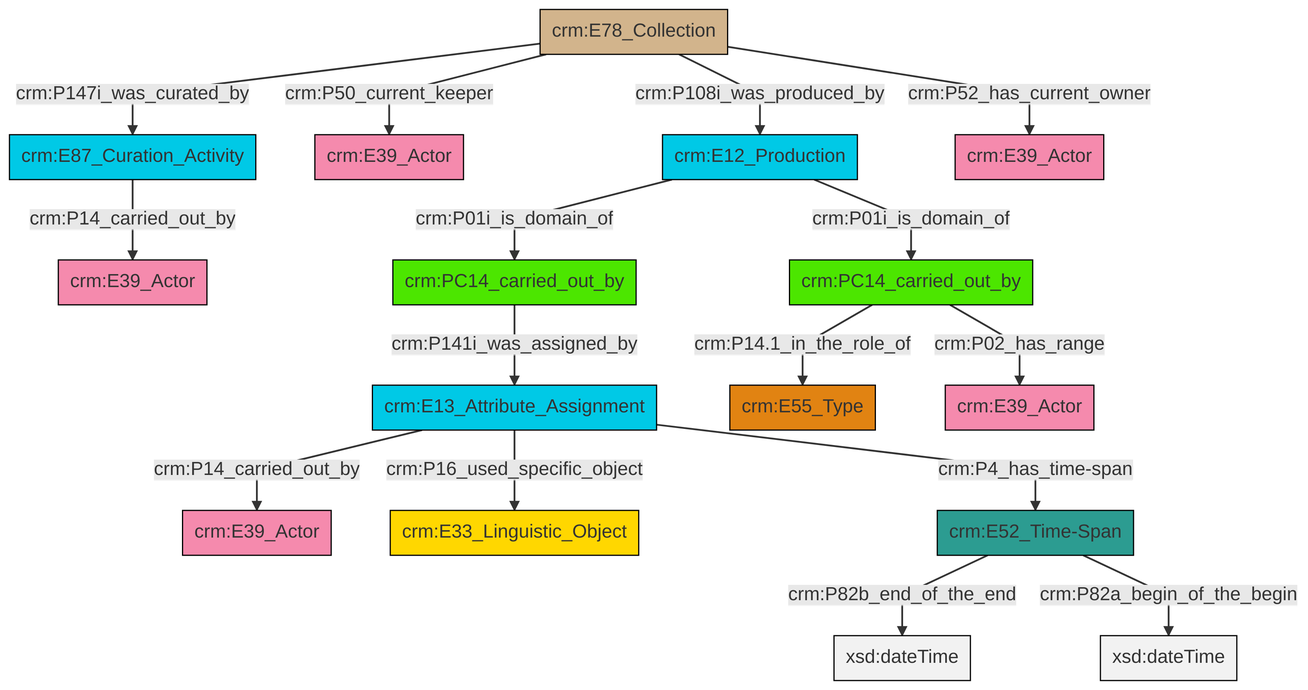
Before: et/archivalCSV/ttl/mmd/png/archival_relation.png, a diagram exported from Mermaid (swiss-art-research-net/docs.swissartresearch). Its source is kept beside it as et/archivalCSV/ttl/mmd/archival_relation.ttl.mmd.
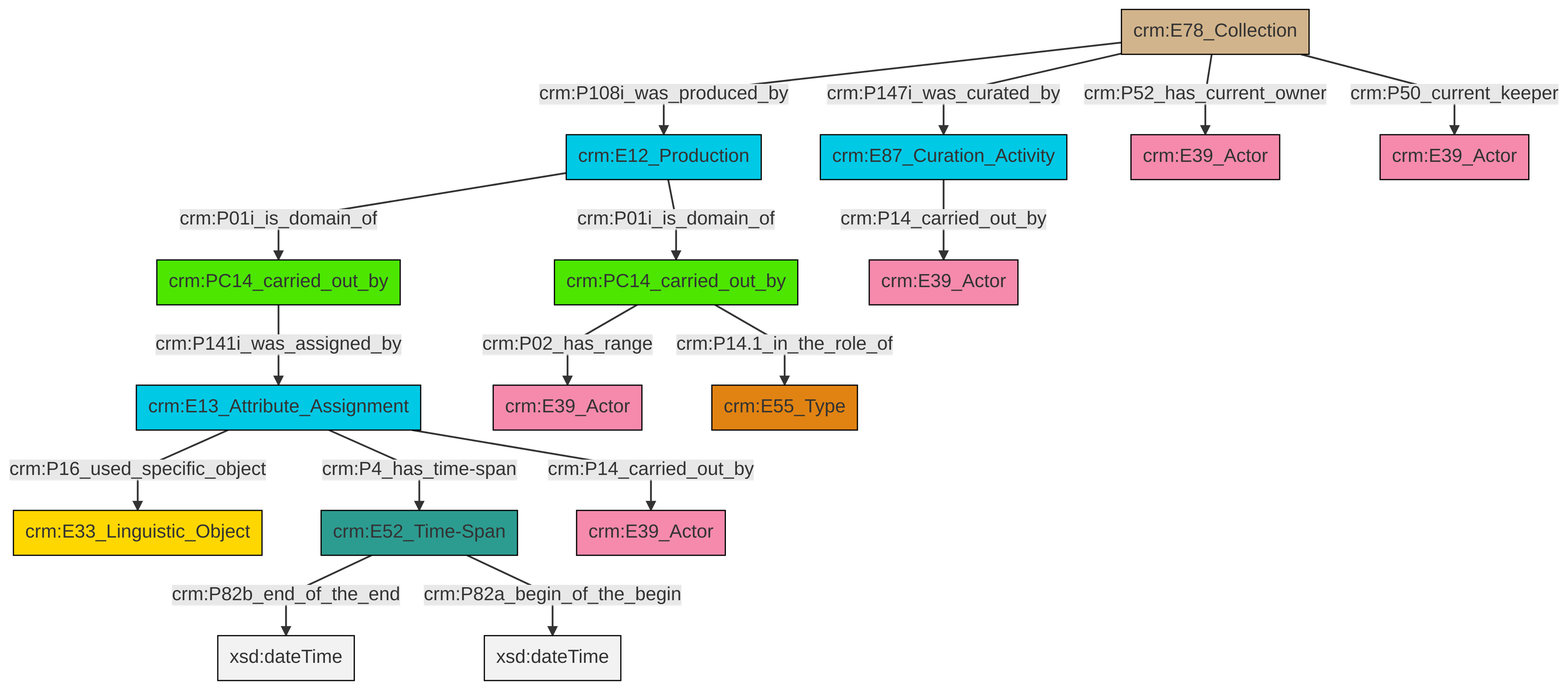
The same diagram one commit later.

Diff of the diagram source:
```diff
@@ -13,18 +13,18 @@
 classDef PC_Classes fill:#4ce600, stroke:#000000;
 classDef Multi fill:#cccccc,stroke:#000000;
 
-0["crm:E13_Attribute_Assignment"]:::Temporal_Entity -->|crm:P14_carried_out_by| 1["crm:E39_Actor"]:::Actor
-2["crm:E87_Curation_Activity"]:::Temporal_Entity -->|crm:P14_carried_out_by| 3["crm:E39_Actor"]:::Actor
-4["crm:E78_Collection"]:::Physical_Thing -->|crm:P50_current_keeper| 5["crm:E39_Actor"]:::Actor
-6["crm:PC14_carried_out_by"]:::PC_Classes -->|crm:P141i_was_assigned_by| 0["crm:E13_Attribute_Assignment"]:::Temporal_Entity
-0["crm:E13_Attribute_Assignment"]:::Temporal_Entity -->|crm:P16_used_specific_object| 7["crm:E33_Linguistic_Object"]:::Conceptual_Object
-10["crm:E12_Production"]:::Temporal_Entity -->|crm:P01i_is_domain_of| 11["crm:PC14_carried_out_by"]:::PC_Classes
-4["crm:E78_Collection"]:::Physical_Thing -->|crm:P108i_was_produced_by| 10["crm:E12_Production"]:::Temporal_Entity
-11["crm:PC14_carried_out_by"]:::PC_Classes -->|crm:P14.1_in_the_role_of| 12["crm:E55_Type"]:::Type
-0["crm:E13_Attribute_Assignment"]:::Temporal_Entity -->|crm:P4_has_time-span| 13["crm:E52_Time-Span"]:::Time-Span
+4["crm:E78_Collection"]:::Physical_Thing -->|crm:P52_has_current_owner| 5["crm:E39_Actor"]:::Actor
+6["crm:E13_Attribute_Assignment"]:::Temporal_Entity -->|crm:P16_used_specific_object| 7["crm:E33_Linguistic_Object"]:::Conceptual_Object
+4["crm:E78_Collection"]:::Physical_Thing -->|crm:P50_current_keeper| 8["crm:E39_Actor"]:::Actor
 4["crm:E78_Collection"]:::Physical_Thing -->|crm:P147i_was_curated_by| 2["crm:E87_Curation_Activity"]:::Temporal_Entity
-10["crm:E12_Production"]:::Temporal_Entity -->|crm:P01i_is_domain_of| 6["crm:PC14_carried_out_by"]:::PC_Classes
-13["crm:E52_Time-Span"]:::Time-Span -->|crm:P82b_end_of_the_end| 19[xsd:dateTime]:::Literal
-13["crm:E52_Time-Span"]:::Time-Span -->|crm:P82a_begin_of_the_begin| 20[xsd:dateTime]:::Literal
-11["crm:PC14_carried_out_by"]:::PC_Classes -->|crm:P02_has_range| 15["crm:E39_Actor"]:::Actor
-4["crm:E78_Collection"]:::Physical_Thing -->|crm:P52_has_current_owner| 27["crm:E39_Actor"]:::Actor
+12["crm:E52_Time-Span"]:::Time-Span -->|crm:P82b_end_of_the_end| 13[xsd:dateTime]:::Literal
+15["crm:PC14_carried_out_by"]:::PC_Classes -->|crm:P02_has_range| 9["crm:E39_Actor"]:::Actor
+6["crm:E13_Attribute_Assignment"]:::Temporal_Entity -->|crm:P14_carried_out_by| 16["crm:E39_Actor"]:::Actor
+15["crm:PC14_carried_out_by"]:::PC_Classes -->|crm:P14.1_in_the_role_of| 17["crm:E55_Type"]:::Type
+0["crm:E12_Production"]:::Temporal_Entity -->|crm:P01i_is_domain_of| 19["crm:PC14_carried_out_by"]:::PC_Classes
+12["crm:E52_Time-Span"]:::Time-Span -->|crm:P82a_begin_of_the_begin| 20[xsd:dateTime]:::Literal
+4["crm:E78_Collection"]:::Physical_Thing -->|crm:P108i_was_produced_by| 0["crm:E12_Production"]:::Temporal_Entity
+0["crm:E12_Production"]:::Temporal_Entity -->|crm:P01i_is_domain_of| 15["crm:PC14_carried_out_by"]:::PC_Classes
+6["crm:E13_Attribute_Assignment"]:::Temporal_Entity -->|crm:P4_has_time-span| 12["crm:E52_Time-Span"]:::Time-Span
+19["crm:PC14_carried_out_by"]:::PC_Classes -->|crm:P141i_was_assigned_by| 6["crm:E13_Attribute_Assignment"]:::Temporal_Entity
+2["crm:E87_Curation_Activity"]:::Temporal_Entity -->|crm:P14_carried_out_by| 26["crm:E39_Actor"]:::Actor
```
